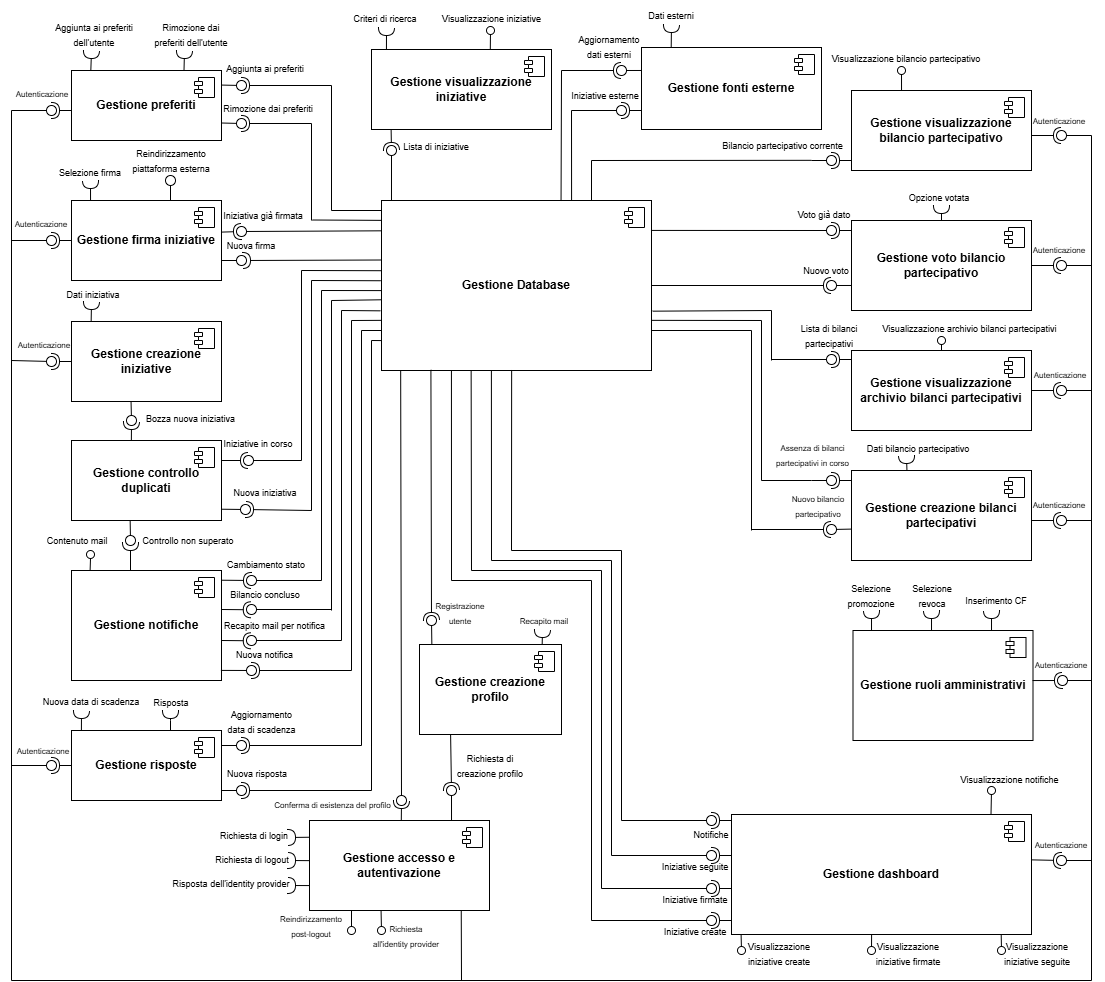
Before: deliverable/D3/images/Components_Diagram.drawio.png, a diagram exported from draw.io (Eneo-org/NomeApp). Source tidied: cells renumbered, new cells last; positions are measured from the earlier drawing's top-left corner, leaving out a move shared by most shapes.
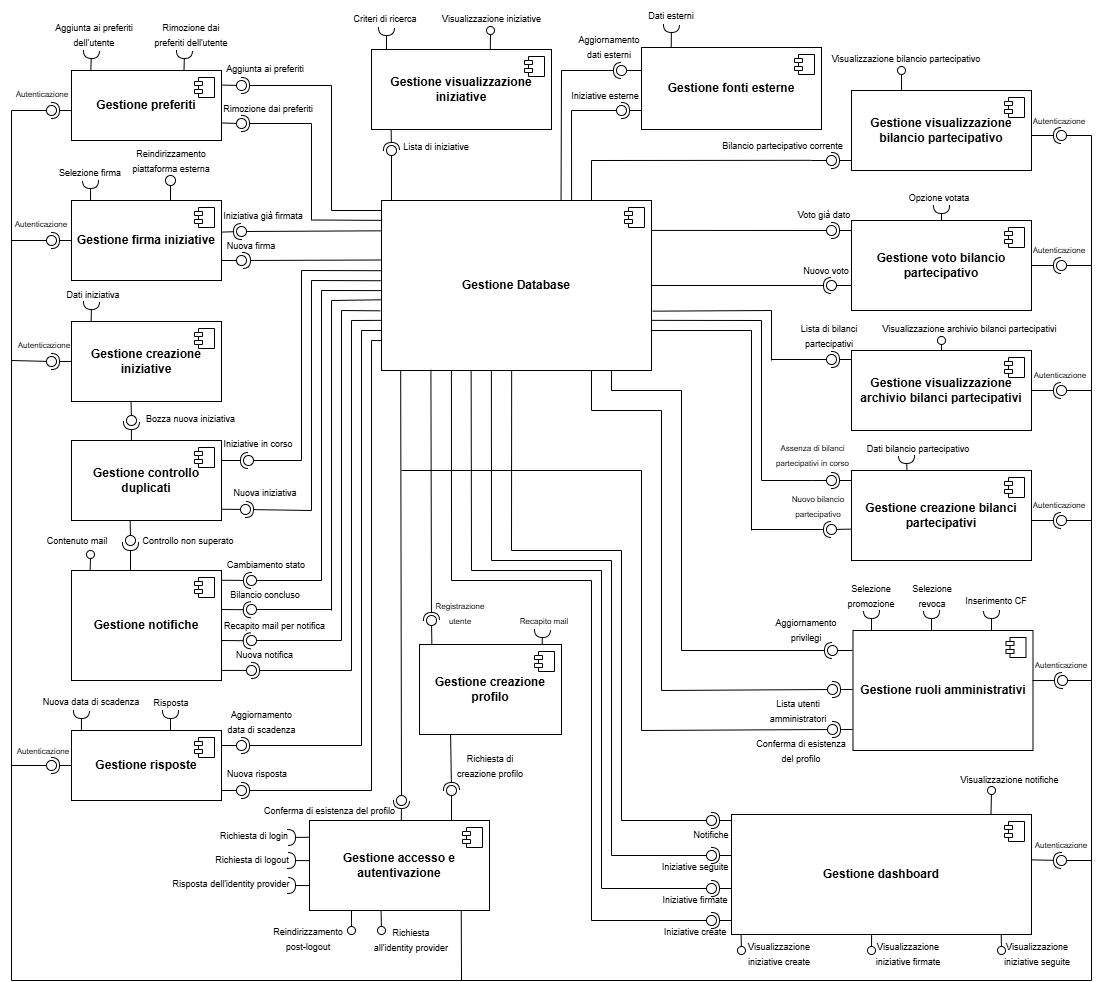
The same diagram one commit later.

Commit message:
Finita la sezione CMP con annesso diagramma (spero sia finita)

What changed in the source:
```diff
@@ -990,7 +990,7 @@
       </mxGeometry>
     </mxCell>
     <mxCell id="233" value="&lt;b&gt;Gestione ruoli amministrativi&lt;/b&gt;" style="html=1;whiteSpace=wrap;" parent="1" vertex="1">
-      <mxGeometry x="841.5" y="630" width="180" height="110" as="geometry" />
+      <mxGeometry x="841.5" y="630" width="180" height="120" as="geometry" />
     </mxCell>
     <mxCell id="234" style="shape=module;jettyWidth=8;jettyHeight=4;" parent="233" vertex="1">
       <mxGeometry x="1" width="20" height="20" relative="1" as="geometry">
@@ -1073,8 +1073,8 @@
         <mxPoint x="390" y="800" as="targetPoint" />
       </mxGeometry>
     </mxCell>
-    <mxCell id="252" value="&lt;font style=&quot;font-size: 8px;&quot;&gt;Conferma di esistenza del profilo&lt;/font&gt;" style="text;html=1;whiteSpace=wrap;strokeColor=none;fillColor=none;align=center;verticalAlign=middle;rounded=0;" parent="1" vertex="1">
-      <mxGeometry x="258" y="794" width="127" height="20" as="geometry" />
+    <mxCell id="252" value="&lt;font style=&quot;font-size: 9px;&quot;&gt;Conferma di esistenza del profilo&lt;/font&gt;" style="text;html=1;whiteSpace=wrap;strokeColor=none;fillColor=none;align=center;verticalAlign=middle;rounded=0;" parent="1" vertex="1">
+      <mxGeometry x="251" y="800" width="135" height="20" as="geometry" />
     </mxCell>
     <mxCell id="253" style="rounded=0;jettySize=auto;html=1;endArrow=halfCircle;endFill=0;endSize=6;strokeWidth=1;sketch=0;exitX=0.219;exitY=1.002;exitDx=0;exitDy=0;exitPerimeter=0;" parent="1" edge="1" source="231">
       <mxGeometry relative="1" as="geometry">
@@ -1126,11 +1126,11 @@
         <mxPoint x="340" y="930" as="targetPoint" />
       </mxGeometry>
     </mxCell>
-    <mxCell id="264" value="&lt;font style=&quot;font-size: 8px;&quot;&gt;Reindirizzamento post-logout&lt;/font&gt;" style="text;html=1;whiteSpace=wrap;strokeColor=none;fillColor=none;align=center;verticalAlign=middle;rounded=0;" parent="1" vertex="1">
-      <mxGeometry x="270" y="910" width="60" height="30" as="geometry" />
+    <mxCell id="264" value="&lt;font style=&quot;font-size: 9px;&quot;&gt;Reindirizzamento post-logout&lt;/font&gt;" style="text;html=1;whiteSpace=wrap;strokeColor=none;fillColor=none;align=center;verticalAlign=middle;rounded=0;" parent="1" vertex="1">
+      <mxGeometry x="267" y="923" width="60" height="30" as="geometry" />
     </mxCell>
-    <mxCell id="265" value="&lt;font style=&quot;font-size: 8px;&quot;&gt;Richiesta all'identity provider&lt;/font&gt;" style="text;html=1;whiteSpace=wrap;strokeColor=none;fillColor=none;align=center;verticalAlign=middle;rounded=0;" parent="1" vertex="1">
-      <mxGeometry x="360" y="920" width="70" height="30" as="geometry" />
+    <mxCell id="265" value="&lt;font style=&quot;font-size: 9px;&quot;&gt;Richiesta all'identity provider&lt;/font&gt;" style="text;html=1;whiteSpace=wrap;strokeColor=none;fillColor=none;align=center;verticalAlign=middle;rounded=0;" parent="1" vertex="1">
+      <mxGeometry x="360" y="924" width="80" height="30" as="geometry" />
     </mxCell>
     <mxCell id="266" style="endArrow=none;html=1;rounded=0;" parent="1" edge="1">
       <mxGeometry relative="1" as="geometry">
@@ -1324,5 +1324,103 @@
         <mxPoint x="500" y="550" as="sourcePoint" />
       </mxGeometry>
     </mxCell>
+    <mxCell id="307" style="rounded=0;jettySize=auto;html=1;endArrow=halfCircle;endFill=0;endSize=6;strokeWidth=1;sketch=0;" parent="1" edge="1" target="309">
+      <mxGeometry relative="1" as="geometry">
+        <mxPoint x="841" y="729" as="sourcePoint" />
+      </mxGeometry>
+    </mxCell>
+    <mxCell id="308" style="rounded=0;jettySize=auto;html=1;endArrow=oval;endFill=0;sketch=0;sourcePerimeterSpacing=0;targetPerimeterSpacing=0;endSize=10;" parent="1" edge="1" target="309">
+      <mxGeometry relative="1" as="geometry">
+        <mxPoint x="630" y="730" as="sourcePoint" />
+      </mxGeometry>
+    </mxCell>
+    <mxCell id="309" style="ellipse;whiteSpace=wrap;html=1;align=center;fillColor=none;strokeColor=none;perimeter=centerPerimeter;points=[];outlineConnect=1;" parent="1" vertex="1">
+      <mxGeometry x="816" y="724" width="10" height="10" as="geometry" />
+    </mxCell>
+    <mxCell id="310" style="rounded=0;jettySize=auto;html=1;endArrow=halfCircle;endFill=0;endSize=6;strokeWidth=1;sketch=0;" parent="1" edge="1" target="312">
+      <mxGeometry relative="1" as="geometry">
+        <mxPoint x="841" y="689" as="sourcePoint" />
+      </mxGeometry>
+    </mxCell>
+    <mxCell id="311" style="rounded=0;jettySize=auto;html=1;endArrow=oval;endFill=0;sketch=0;sourcePerimeterSpacing=0;targetPerimeterSpacing=0;endSize=10;" parent="1" edge="1" target="312">
+      <mxGeometry relative="1" as="geometry">
+        <mxPoint x="650" y="690" as="sourcePoint" />
+      </mxGeometry>
+    </mxCell>
+    <mxCell id="312" style="ellipse;whiteSpace=wrap;html=1;align=center;fillColor=none;strokeColor=none;perimeter=centerPerimeter;points=[];outlineConnect=1;" parent="1" vertex="1">
+      <mxGeometry x="816" y="684" width="10" height="10" as="geometry" />
+    </mxCell>
+    <mxCell id="313" style="rounded=0;orthogonalLoop=1;jettySize=auto;html=1;endArrow=halfCircle;endFill=0;endSize=6;strokeWidth=1;sketch=0;" parent="1" edge="1">
+      <mxGeometry relative="1" as="geometry">
+        <mxPoint x="670" y="650" as="sourcePoint" />
+        <mxPoint x="821" y="650" as="targetPoint" />
+      </mxGeometry>
+    </mxCell>
+    <mxCell id="314" style="rounded=0;orthogonalLoop=1;jettySize=auto;html=1;endArrow=oval;endFill=0;sketch=0;sourcePerimeterSpacing=0;targetPerimeterSpacing=0;endSize=10;" parent="1" edge="1">
+      <mxGeometry relative="1" as="geometry">
+        <mxPoint x="841" y="650" as="sourcePoint" />
+        <mxPoint x="821" y="650" as="targetPoint" />
+      </mxGeometry>
+    </mxCell>
+    <mxCell id="315" style="ellipse;whiteSpace=wrap;html=1;align=center;fillColor=none;strokeColor=none;perimeter=centerPerimeter;" parent="1" vertex="1">
+      <mxGeometry x="782" y="654" width="10" height="10" as="geometry" />
+    </mxCell>
+    <mxCell id="316" value="&lt;font style=&quot;font-size: 9px;&quot;&gt;Conferma di esistenza del profilo&lt;/font&gt;" style="text;html=1;whiteSpace=wrap;strokeColor=none;fillColor=none;align=center;verticalAlign=middle;rounded=0;" parent="1" vertex="1">
+      <mxGeometry x="738.5" y="745" width="101.5" height="10" as="geometry" />
+    </mxCell>
+    <mxCell id="317" value="&lt;font style=&quot;font-size: 9px;&quot;&gt;Lista utenti amministratori&lt;/font&gt;" style="text;html=1;whiteSpace=wrap;strokeColor=none;fillColor=none;align=center;verticalAlign=middle;rounded=0;" parent="1" vertex="1">
+      <mxGeometry x="738" y="700" width="98" height="20" as="geometry" />
+    </mxCell>
+    <mxCell id="318" value="&lt;font style=&quot;font-size: 9px;&quot;&gt;Aggiornamento privilegi&lt;/font&gt;" style="text;html=1;whiteSpace=wrap;strokeColor=none;fillColor=none;align=center;verticalAlign=middle;rounded=0;" parent="1" vertex="1">
+      <mxGeometry x="765" y="614" width="60" height="30" as="geometry" />
+    </mxCell>
+    <mxCell id="319" style="endArrow=none;html=1;rounded=0;" parent="1" edge="1">
+      <mxGeometry relative="1" as="geometry">
+        <mxPoint x="670" y="650" as="sourcePoint" />
+        <mxPoint x="670" y="390" as="targetPoint" />
+      </mxGeometry>
+    </mxCell>
+    <mxCell id="320" style="endArrow=none;html=1;rounded=0;" parent="1" edge="1">
+      <mxGeometry relative="1" as="geometry">
+        <mxPoint x="580" y="410" as="sourcePoint" />
+        <mxPoint x="650" y="410" as="targetPoint" />
+      </mxGeometry>
+    </mxCell>
+    <mxCell id="321" style="endArrow=none;html=1;rounded=0;" parent="1" edge="1">
+      <mxGeometry relative="1" as="geometry">
+        <mxPoint x="650" y="690" as="sourcePoint" />
+        <mxPoint x="650" y="410" as="targetPoint" />
+      </mxGeometry>
+    </mxCell>
+    <mxCell id="322" style="endArrow=none;html=1;rounded=0;" parent="1" edge="1">
+      <mxGeometry relative="1" as="geometry">
+        <mxPoint x="600" y="390" as="sourcePoint" />
+        <mxPoint x="670" y="390" as="targetPoint" />
+      </mxGeometry>
+    </mxCell>
+    <mxCell id="323" style="endArrow=none;html=1;rounded=0;" parent="1" edge="1">
+      <mxGeometry relative="1" as="geometry">
+        <mxPoint x="600" y="390" as="sourcePoint" />
+        <mxPoint x="600" y="370" as="targetPoint" />
+      </mxGeometry>
+    </mxCell>
+    <mxCell id="324" style="endArrow=none;html=1;rounded=0;" parent="1" edge="1">
+      <mxGeometry relative="1" as="geometry">
+        <mxPoint x="580" y="410" as="sourcePoint" />
+        <mxPoint x="580" y="370" as="targetPoint" />
+      </mxGeometry>
+    </mxCell>
+    <mxCell id="325" style="endArrow=none;html=1;rounded=0;" parent="1" edge="1">
+      <mxGeometry relative="1" as="geometry">
+        <mxPoint x="630" y="730" as="sourcePoint" />
+        <mxPoint x="630" y="470" as="targetPoint" />
+      </mxGeometry>
+    </mxCell>
+    <mxCell id="326" style="endArrow=none;html=1;rounded=0;" parent="1" edge="1">
+      <mxGeometry relative="1" as="geometry">
+        <mxPoint x="390" y="470" as="sourcePoint" />
+        <mxPoint x="630" y="470" as="targetPoint" />
+      </mxGeometry>
+    </mxCell>
   </root>
 </mxGraphModel>
```
